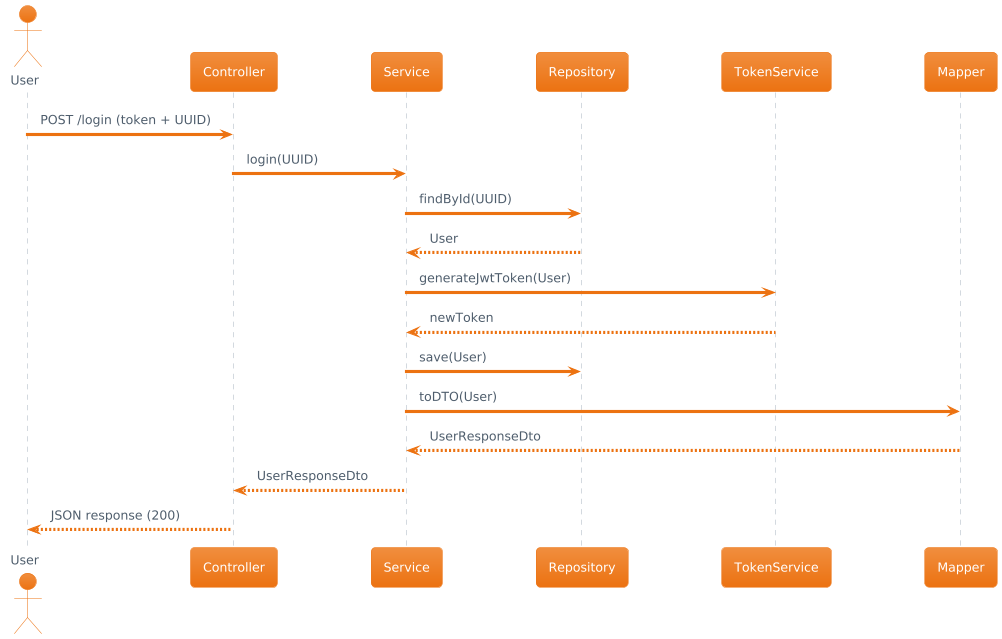
This is diagrams/sequencediagramlogin.png from Nvatillo/technique, a PlantUML export, as it was before one commit.
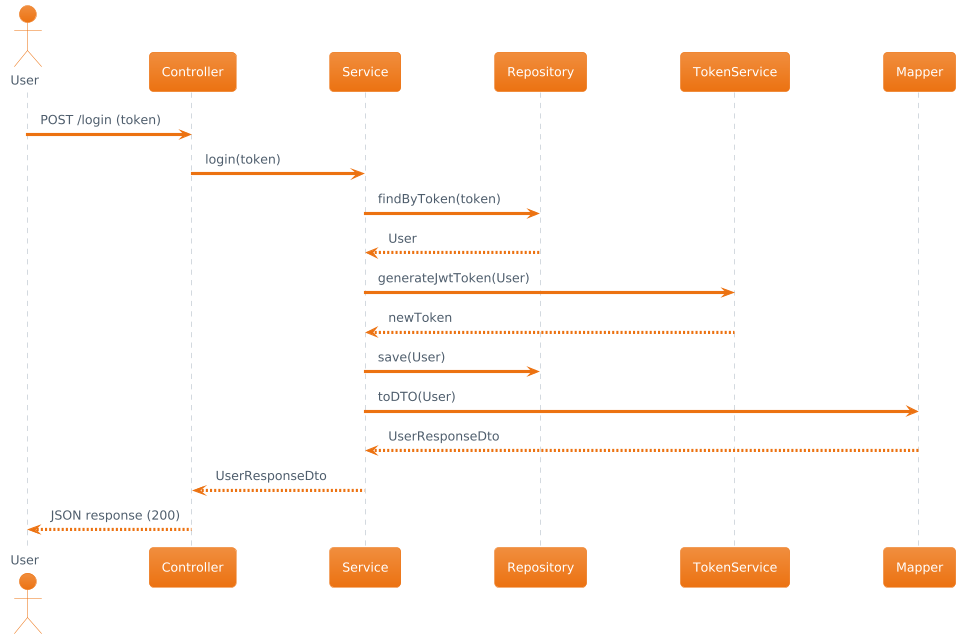
The same diagram one commit later.

Diff of the diagram source:
```diff
@@ -7,9 +7,9 @@
 participant TokenService
 participant Mapper
 
-User -> Controller : POST /login (token + UUID)
-Controller -> Service : login(UUID)
-Service -> Repository : findById(UUID)
+User -> Controller : POST /login (token)
+Controller -> Service : login(token)
+Service -> Repository : findByToken(token)
 Repository --> Service : User
 Service -> TokenService : generateJwtToken(User)
 TokenService --> Service : newToken
```
